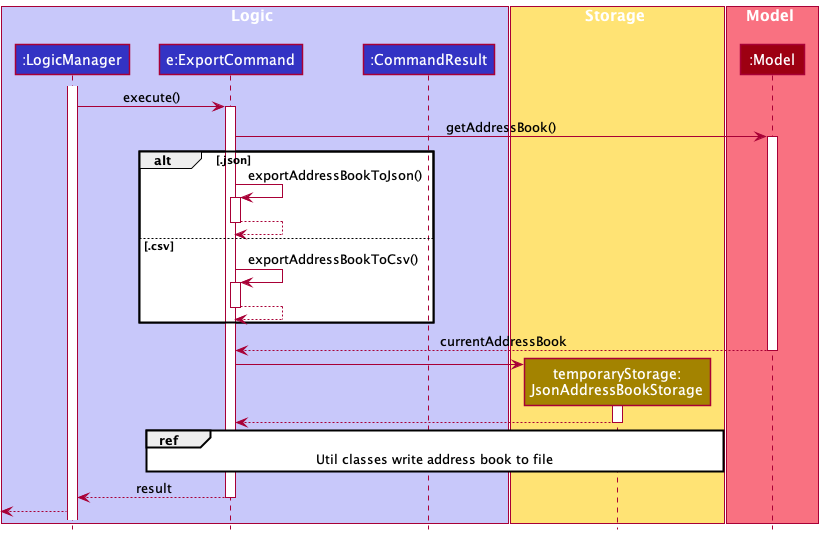
nus-cs2103-AY2122S1/tp keeps this PlantUML diagram as docs/images/ExportSequenceDiagramStep2.png. Above is the earlier version. The source it was exported from:
```plantuml
@startuml
!include style.puml

box Logic LOGIC_COLOR_T1
participant ":LogicManager" as LogicManager LOGIC_COLOR
participant "e:ExportCommand" as ExportCommand LOGIC_COLOR
participant ":CommandResult" as CommandResult LOGIC_COLOR
end box

box Storage STORAGE_COLOR_T1
participant "temporaryStorage:\nJsonAddressBookStorage" as JsonAddressBookStorage STORAGE_COLOR
end box

box Model MODEL_COLOR_T1
participant ":Model" as Model MODEL_COLOR
end box

activate LogicManager

LogicManager -> ExportCommand : execute()
activate ExportCommand

ExportCommand -> Model : getAddressBook()
activate Model

alt .json
ExportCommand -> ExportCommand : exportAddressBookToJson()
activate ExportCommand
ExportCommand --> ExportCommand
deactivate

else .csv
ExportCommand -> ExportCommand : exportAddressBookToCsv()
activate ExportCommand
ExportCommand --> ExportCommand
deactivate

end
Model --> ExportCommand : currentAddressBook
deactivate Model

create JsonAddressBookStorage
ExportCommand -> JsonAddressBookStorage
activate JsonAddressBookStorage

JsonAddressBookStorage --> ExportCommand
deactivate JsonAddressBookStorage

ref over ExportCommand, JsonAddressBookStorage : Util classes write address book to file

ExportCommand --> LogicManager : result
deactivate ExportCommand

[<--LogicManager

@enduml
```
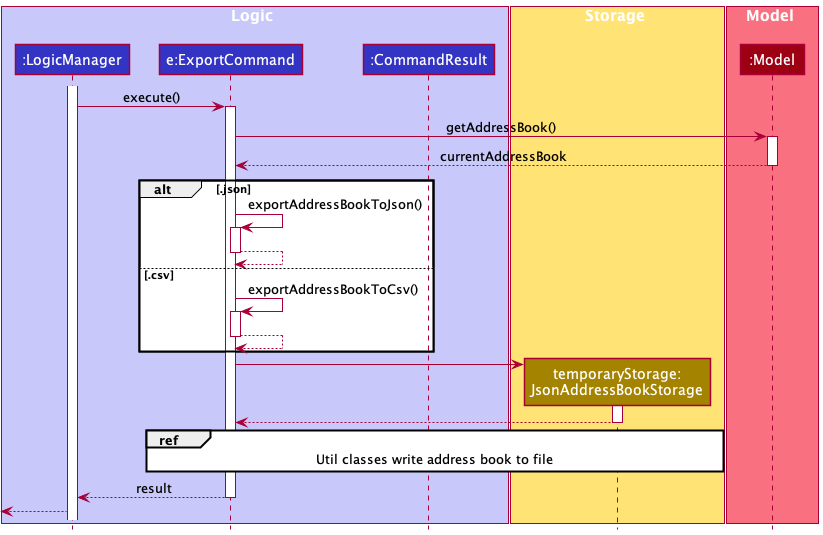
After the change.

Commit message:
Update Storage and Export diagrams

The edit, as a diff of the source:
```diff
@@ -23,6 +23,9 @@
 ExportCommand -> Model : getAddressBook()
 activate Model
 
+Model --> ExportCommand : currentAddressBook
+deactivate Model
+
 alt .json
 ExportCommand -> ExportCommand : exportAddressBookToJson()
 activate ExportCommand
@@ -36,8 +39,7 @@
 deactivate
 
 end
-Model --> ExportCommand : currentAddressBook
-deactivate Model
+
 
 create JsonAddressBookStorage
 ExportCommand -> JsonAddressBookStorage
```
